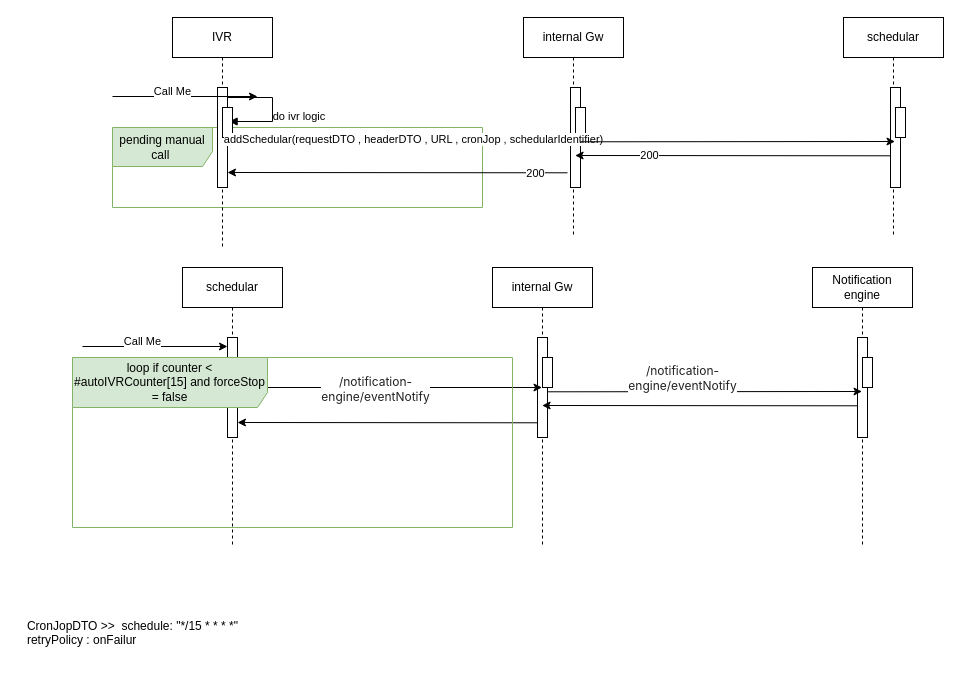
Above: page "Fire IVR Schedular Flow (Sch_IVR_Flow1)" (5 of 9) of IVR2.drawio in MHosnii/DrawIo (draw.io), before the change. Source tidied: cells renumbered, new cells numbered last; positions are measured from the earlier drawing's top-left corner, leaving out a move shared by most shapes. Both pictures are drawn from the tidied source at 100%, with x=0, y=0 at pixel (17, 17).
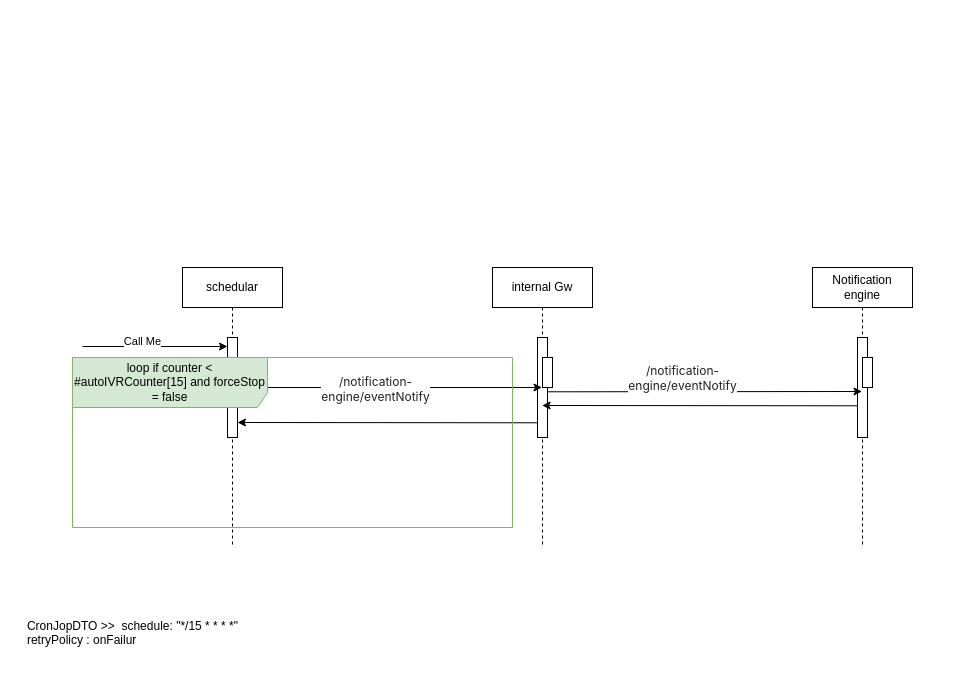
The same diagram, later.

Change to the diagram source:
```diff
@@
-    <mxCell id="2" value="pending manual call&amp;nbsp;" style="shape=umlFrame;whiteSpace=wrap;html=1;width=100;height=39;fillColor=#d5e8d4;strokeColor=#82b366;" parent="1" vertex="1">
-      <mxGeometry x="95" y="110" width="370" height="80" as="geometry" />
-    </mxCell>
-    <mxCell id="3" value="IVR" style="shape=umlLifeline;perimeter=lifelinePerimeter;whiteSpace=wrap;html=1;newEdgeStyle={&quot;edgeStyle&quot;:&quot;elbowEdgeStyle&quot;,&quot;elbow&quot;:&quot;vertical&quot;,&quot;curved&quot;:0,&quot;rounded&quot;:0};" parent="1" vertex="1">
-      <mxGeometry x="155" width="100" height="230" as="geometry" />
-    </mxCell>
-    <mxCell id="4" style="html=1;points=[];perimeter=orthogonalPerimeter;outlineConnect=0;targetShapes=umlLifeline;portConstraint=eastwest;newEdgeStyle={&quot;edgeStyle&quot;:&quot;elbowEdgeStyle&quot;,&quot;elbow&quot;:&quot;vertical&quot;,&quot;curved&quot;:0,&quot;rounded&quot;:0};" parent="3" vertex="1">
-      <mxGeometry x="45" y="70" width="10" height="100" as="geometry" />
-    </mxCell>
-    <mxCell id="5" style="edgeStyle=orthogonalEdgeStyle;html=1;align=left;spacingLeft=2;endArrow=block;rounded=0;entryX=-0.24;entryY=0.4;entryDx=0;entryDy=0;entryPerimeter=0;" parent="3" edge="1" source="7">
-      <mxGeometry x="0.01" y="14" relative="1" as="geometry">
-        <mxPoint x="56.6" y="104" as="targetPoint" />
-        <Array as="points">
-          <mxPoint x="100" y="80" />
-          <mxPoint x="100" y="104" />
-        </Array>
-      </mxGeometry>
-    </mxCell>
-    <mxCell id="6" value="do ivr logic&amp;nbsp;" style="edgeLabel;html=1;align=center;verticalAlign=middle;" parent="5" vertex="1">
-      <mxGeometry x="0.47" y="-6" relative="1" as="geometry">
-        <mxPoint x="38" as="offset" />
-      </mxGeometry>
-    </mxCell>
-    <mxCell id="7" style="html=1;points=[];perimeter=orthogonalPerimeter;outlineConnect=0;targetShapes=umlLifeline;portConstraint=eastwest;newEdgeStyle={&quot;edgeStyle&quot;:&quot;elbowEdgeStyle&quot;,&quot;elbow&quot;:&quot;vertical&quot;,&quot;curved&quot;:0,&quot;rounded&quot;:0};" parent="3" vertex="1">
-      <mxGeometry x="50" y="90" width="10" height="30" as="geometry" />
-    </mxCell>
-    <mxCell id="8" style="endArrow=classic;html=1;rounded=0;" parent="1" edge="1">
-      <mxGeometry relative="1" as="geometry">
-        <mxPoint x="95" y="79" as="sourcePoint" />
-        <mxPoint x="240" y="79" as="targetPoint" />
-      </mxGeometry>
-    </mxCell>
-    <mxCell id="9" value="Call Me" style="edgeLabel;html=1;align=center;verticalAlign=middle;" parent="8" vertex="1">
-      <mxGeometry x="-0.19" y="6" relative="1" as="geometry" />
-    </mxCell>
-    <mxCell id="10" value="internal Gw" style="shape=umlLifeline;perimeter=lifelinePerimeter;whiteSpace=wrap;html=1;outlineConnect=0;portConstraint=eastwest;newEdgeStyle={&quot;edgeStyle&quot;:&quot;elbowEdgeStyle&quot;,&quot;elbow&quot;:&quot;vertical&quot;,&quot;curved&quot;:0,&quot;rounded&quot;:0};" parent="1" vertex="1">
-      <mxGeometry x="506" width="100" height="220" as="geometry" />
-    </mxCell>
-    <mxCell id="11" style="html=1;perimeter=orthogonalPerimeter;targetShapes=umlLifeline;newEdgeStyle={&quot;edgeStyle&quot;:&quot;elbowEdgeStyle&quot;,&quot;elbow&quot;:&quot;vertical&quot;,&quot;curved&quot;:0,&quot;rounded&quot;:0};" parent="10" vertex="1">
-      <mxGeometry x="47" y="70" width="10" height="100" as="geometry" />
-    </mxCell>
-    <mxCell id="12" style="html=1;perimeter=orthogonalPerimeter;targetShapes=umlLifeline;newEdgeStyle={&quot;edgeStyle&quot;:&quot;elbowEdgeStyle&quot;,&quot;elbow&quot;:&quot;vertical&quot;,&quot;curved&quot;:0,&quot;rounded&quot;:0};" parent="10" vertex="1">
-      <mxGeometry x="52" y="90" width="10" height="30" as="geometry" />
-    </mxCell>
-    <mxCell id="13" value="schedular" style="shape=umlLifeline;perimeter=lifelinePerimeter;whiteSpace=wrap;html=1;newEdgeStyle={&quot;edgeStyle&quot;:&quot;elbowEdgeStyle&quot;,&quot;elbow&quot;:&quot;vertical&quot;,&quot;curved&quot;:0,&quot;rounded&quot;:0};" parent="1" vertex="1">
-      <mxGeometry x="826" width="100" height="220" as="geometry" />
-    </mxCell>
-    <mxCell id="14" style="html=1;perimeter=orthogonalPerimeter;targetShapes=umlLifeline;newEdgeStyle={&quot;edgeStyle&quot;:&quot;elbowEdgeStyle&quot;,&quot;elbow&quot;:&quot;vertical&quot;,&quot;curved&quot;:0,&quot;rounded&quot;:0};" parent="13" vertex="1">
-      <mxGeometry x="47" y="70" width="10" height="100" as="geometry" />
-    </mxCell>
-    <mxCell id="15" style="html=1;perimeter=orthogonalPerimeter;targetShapes=umlLifeline;newEdgeStyle={&quot;edgeStyle&quot;:&quot;elbowEdgeStyle&quot;,&quot;elbow&quot;:&quot;vertical&quot;,&quot;curved&quot;:0,&quot;rounded&quot;:0};" parent="13" vertex="1">
-      <mxGeometry x="52" y="90" width="10" height="30" as="geometry" />
-    </mxCell>
-    <mxCell id="16" style="edgeStyle=elbowEdgeStyle;rounded=0;jettySize=auto;html=1;elbow=vertical;curved=0;" parent="1" edge="1" source="4" target="10">
-      <mxGeometry relative="1" as="geometry" />
-    </mxCell>
-    <mxCell id="17" value="addSchedular(requestDTO , headerDTO , URL , cronJop , schedularIdentifier)" style="edgeLabel;html=1;align=center;verticalAlign=middle;" parent="16" vertex="1">
-      <mxGeometry x="0.55" y="1" relative="1" as="geometry">
-        <mxPoint x="-83" y="2" as="offset" />
-      </mxGeometry>
-    </mxCell>
-    <mxCell id="18" style="edgeStyle=elbowEdgeStyle;rounded=0;orthogonalLoop=1;jettySize=auto;html=1;elbow=vertical;curved=0;" parent="1" edge="1">
-      <mxGeometry relative="1" as="geometry">
-        <mxPoint x="563" y="124.3" as="sourcePoint" />
-        <mxPoint x="877.5" y="124.3" as="targetPoint" />
-      </mxGeometry>
-    </mxCell>
-    <mxCell id="19" style="edgeStyle=elbowEdgeStyle;rounded=0;orthogonalLoop=1;jettySize=auto;html=1;elbow=vertical;curved=0;" parent="1" edge="1">
-      <mxGeometry relative="1" as="geometry">
-        <mxPoint x="873" y="138.3" as="sourcePoint" />
-        <mxPoint x="557.6" y="138.3" as="targetPoint" />
-      </mxGeometry>
-    </mxCell>
-    <mxCell id="20" value="200" style="edgeLabel;html=1;align=center;verticalAlign=middle;" parent="19" vertex="1">
-      <mxGeometry x="0.53" y="-1" relative="1" as="geometry" />
-    </mxCell>
-    <mxCell id="21" style="edgeStyle=elbowEdgeStyle;rounded=0;jettySize=auto;html=1;elbow=vertical;curved=0;" parent="1" edge="1" target="4">
-      <mxGeometry relative="1" as="geometry">
-        <mxPoint x="550" y="155.3" as="sourcePoint" />
-      </mxGeometry>
-    </mxCell>
-    <mxCell id="22" value="200" style="edgeLabel;html=1;align=center;verticalAlign=middle;" parent="21" vertex="1">
-      <mxGeometry x="-0.78" relative="1" as="geometry">
-        <mxPoint x="4" as="offset" />
-      </mxGeometry>
-    </mxCell>
```
